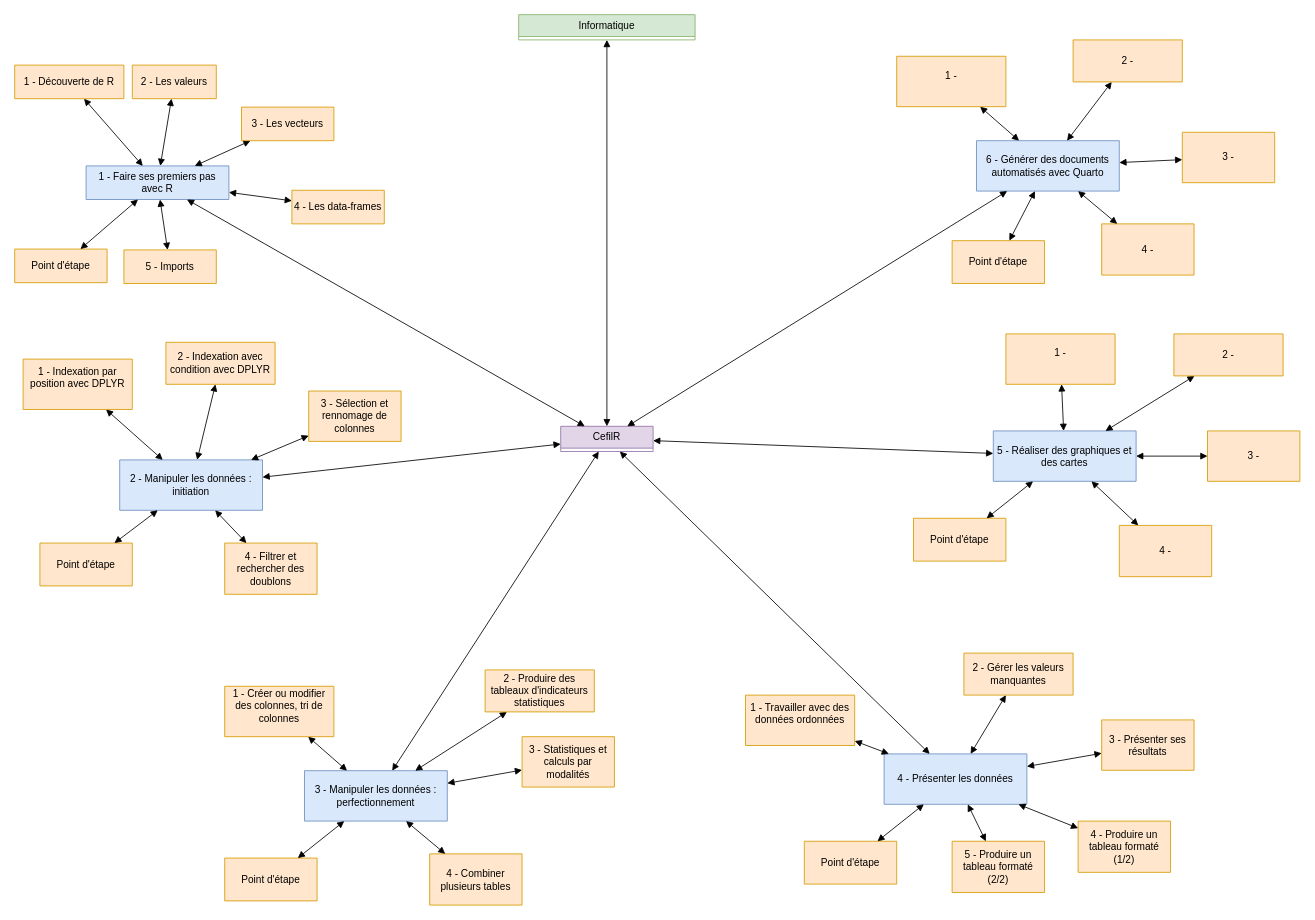
jean-seb-2106/pythontest keeps this draw.io diagram as CefilR.drawio. Above is the earlier version. Source tidied: cells renumbered, new cells numbered last; positions are measured from the earlier drawing's top-left corner, leaving out a move shared by most shapes. Both pictures are drawn from the tidied source at 84%, with x=0, y=0 at pixel (14, 14).
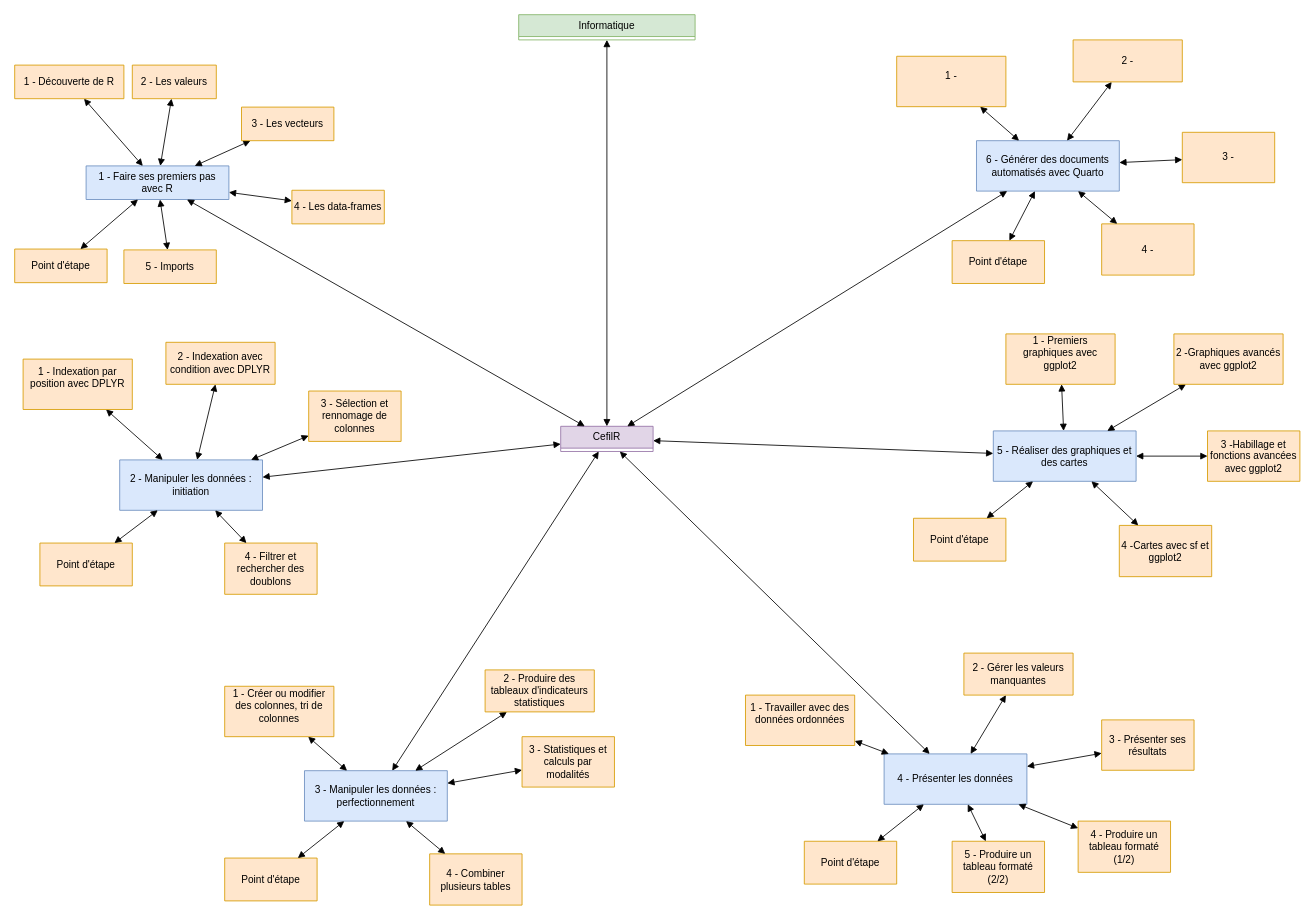
Above is the later version.

Commit message:
Mettre à jour CefilR.drawio

The edit, as a diff of the source:
```diff
@@
-    <mxCell id="48" value="1 - &lt;br&gt;&lt;div&gt;&lt;br&gt;&lt;/div&gt;" style="swimlane;fontStyle=0;horizontal=1;startSize=60;fillColor=#ffe6cc;whiteSpace=wrap;html=1;strokeColor=#d79b00;" parent="1" vertex="1" collapsed="1">
+    <mxCell id="48" value="1 - Premiers graphiques avec ggplot2&lt;br&gt;&lt;div&gt;&lt;br&gt;&lt;/div&gt;" style="swimlane;fontStyle=0;horizontal=1;startSize=70;fillColor=#ffe6cc;whiteSpace=wrap;html=1;strokeColor=#d79b00;" parent="1" vertex="1" collapsed="1">
       <mxGeometry x="1180" y="380" width="130" height="60" as="geometry" />
     </mxCell>
-    <mxCell id="49" value="3 - " style="swimlane;fontStyle=0;horizontal=1;startSize=60;fillColor=#ffe6cc;whiteSpace=wrap;html=1;strokeColor=#d79b00;" parent="1" vertex="1" collapsed="1">
+    <mxCell id="49" value="3 -Habillage et fonctions avancées avec ggplot2" style="swimlane;fontStyle=0;horizontal=1;startSize=60;fillColor=#ffe6cc;whiteSpace=wrap;html=1;strokeColor=#d79b00;" parent="1" vertex="1" collapsed="1">
       <mxGeometry x="1420" y="495.5" width="110" height="60" as="geometry" />
     </mxCell>
-    <mxCell id="50" value="2 - " style="swimlane;fontStyle=0;horizontal=1;startSize=50;fillColor=#ffe6cc;whiteSpace=wrap;html=1;strokeColor=#d79b00;" parent="1" vertex="1" collapsed="1">
-      <mxGeometry x="1380" y="380" width="130" height="50" as="geometry" />
+    <mxCell id="50" value="2 -Graphiques avancés avec ggplot2" style="swimlane;fontStyle=0;horizontal=1;startSize=60;fillColor=#ffe6cc;whiteSpace=wrap;html=1;strokeColor=#d79b00;" parent="1" vertex="1" collapsed="1">
+      <mxGeometry x="1380" y="380" width="130" height="60" as="geometry" />
     </mxCell>
-    <mxCell id="51" value="4 - " style="swimlane;fontStyle=0;horizontal=1;startSize=61;fillColor=#ffe6cc;whiteSpace=wrap;html=1;strokeColor=#d79b00;" parent="1" vertex="1" collapsed="1">
+    <mxCell id="51" value="4 -Cartes avec sf et ggplot2" style="swimlane;fontStyle=0;horizontal=1;startSize=61;fillColor=#ffe6cc;whiteSpace=wrap;html=1;strokeColor=#d79b00;" parent="1" vertex="1" collapsed="1">
       <mxGeometry x="1315" y="608" width="110" height="61" as="geometry" />
     </mxCell>
```
